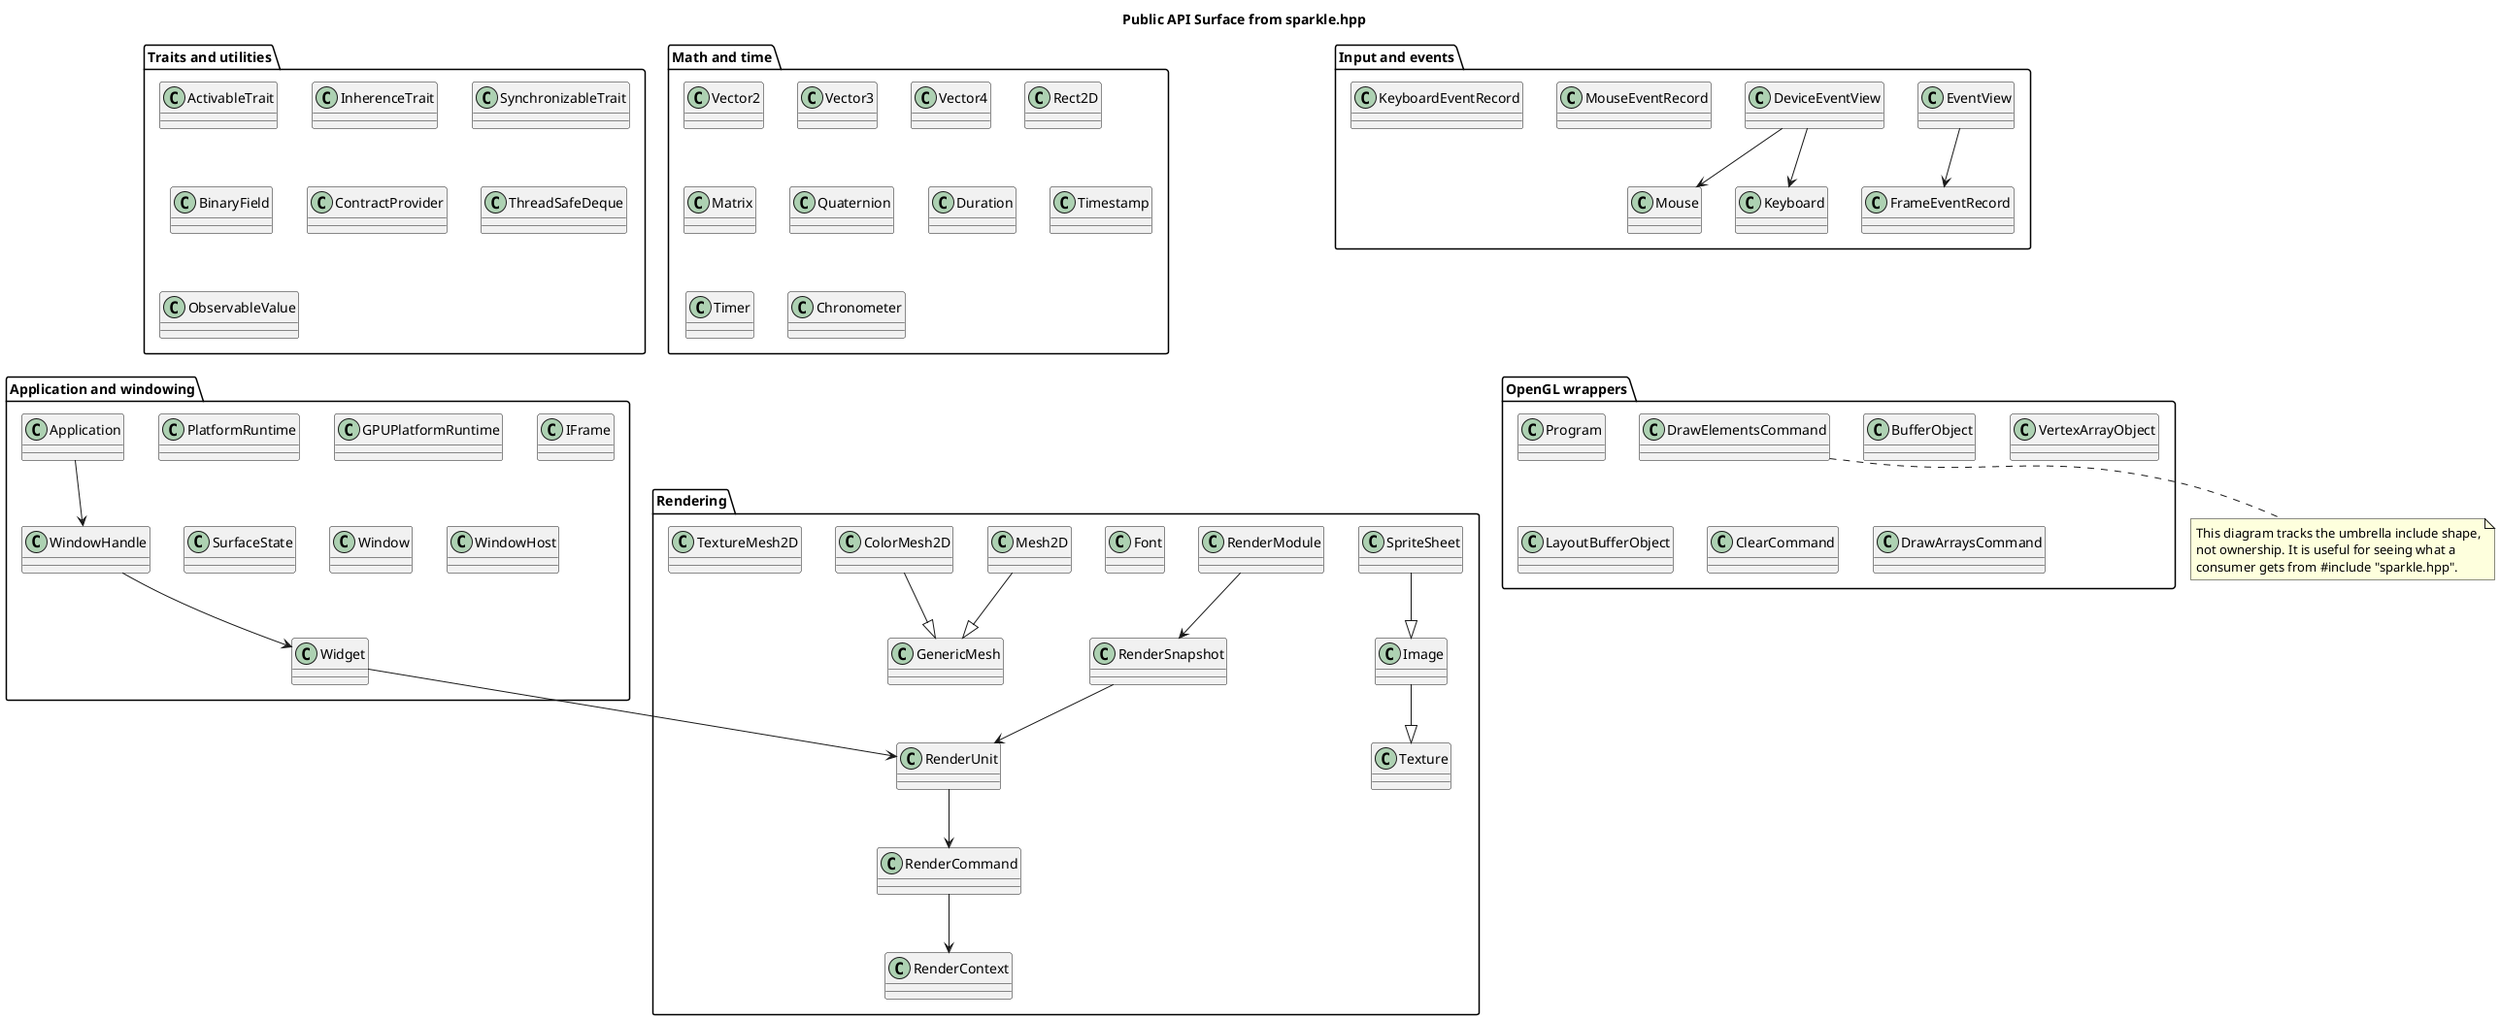
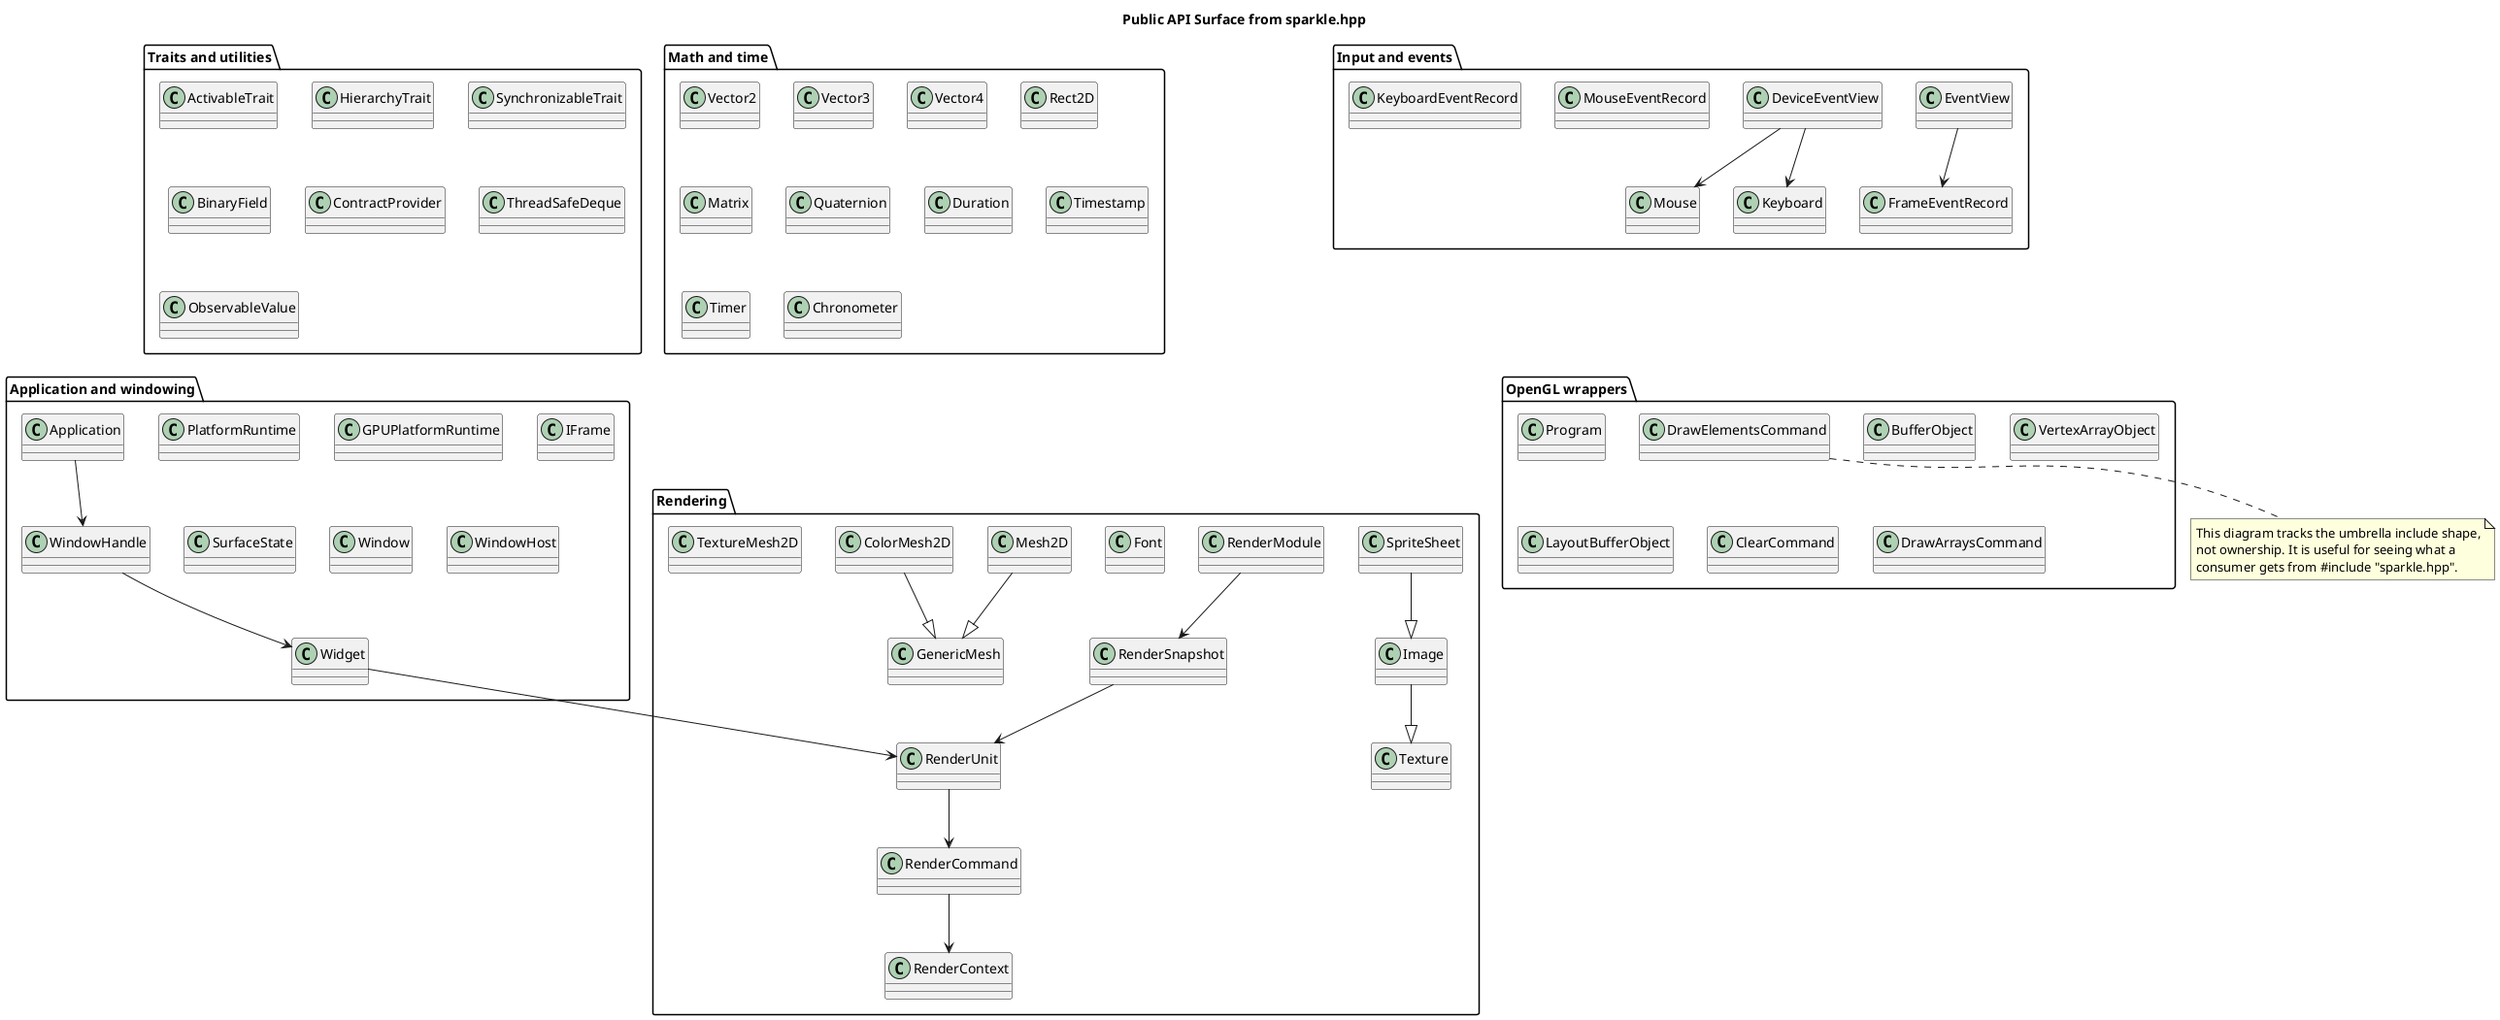
@startuml
title Public API Surface from sparkle.hpp

skinparam classAttributeIconSize 0

package "Traits and utilities" {
	class ActivableTrait
- 	class InherenceTrait
+ 	class HierarchyTrait
	class SynchronizableTrait
	class BinaryField
	class ContractProvider
	class ThreadSafeDeque
	class ObservableValue
}

package "Math and time" {
	class Vector2
	class Vector3
	class Vector4
	class Rect2D
	class Matrix
	class Quaternion
	class Duration
	class Timestamp
	class Timer
	class Chronometer
}

package "Input and events" {
	class Mouse
	class Keyboard
	class EventView
	class DeviceEventView
	class FrameEventRecord
	class MouseEventRecord
	class KeyboardEventRecord
}

package "Application and windowing" {
	class Application
	class PlatformRuntime
	class GPUPlatformRuntime
	class IFrame
	class SurfaceState
	class Window
	class WindowHandle
	class WindowHost
	class Widget
}

package "Rendering" {
	class RenderContext
	class RenderCommand
	class RenderUnit
	class RenderSnapshot
	class RenderModule
	class Texture
	class Image
	class SpriteSheet
	class Font
	class GenericMesh
	class Mesh2D
	class ColorMesh2D
	class TextureMesh2D
}

package "OpenGL wrappers" {
	class Program
	class BufferObject
	class VertexArrayObject
	class LayoutBufferObject
	class ClearCommand
	class DrawArraysCommand
	class DrawElementsCommand
}

Application --> WindowHandle
WindowHandle --> Widget
Widget --> RenderUnit
RenderModule --> RenderSnapshot
RenderSnapshot --> RenderUnit
RenderUnit --> RenderCommand
RenderCommand --> RenderContext
Image --|> Texture
SpriteSheet --|> Image
Mesh2D --|> GenericMesh
ColorMesh2D --|> GenericMesh
EventView --> FrameEventRecord
DeviceEventView --> Mouse
DeviceEventView --> Keyboard

note bottom
This diagram tracks the umbrella include shape,
not ownership. It is useful for seeing what a
consumer gets from #include "sparkle.hpp".
end note

@enduml
